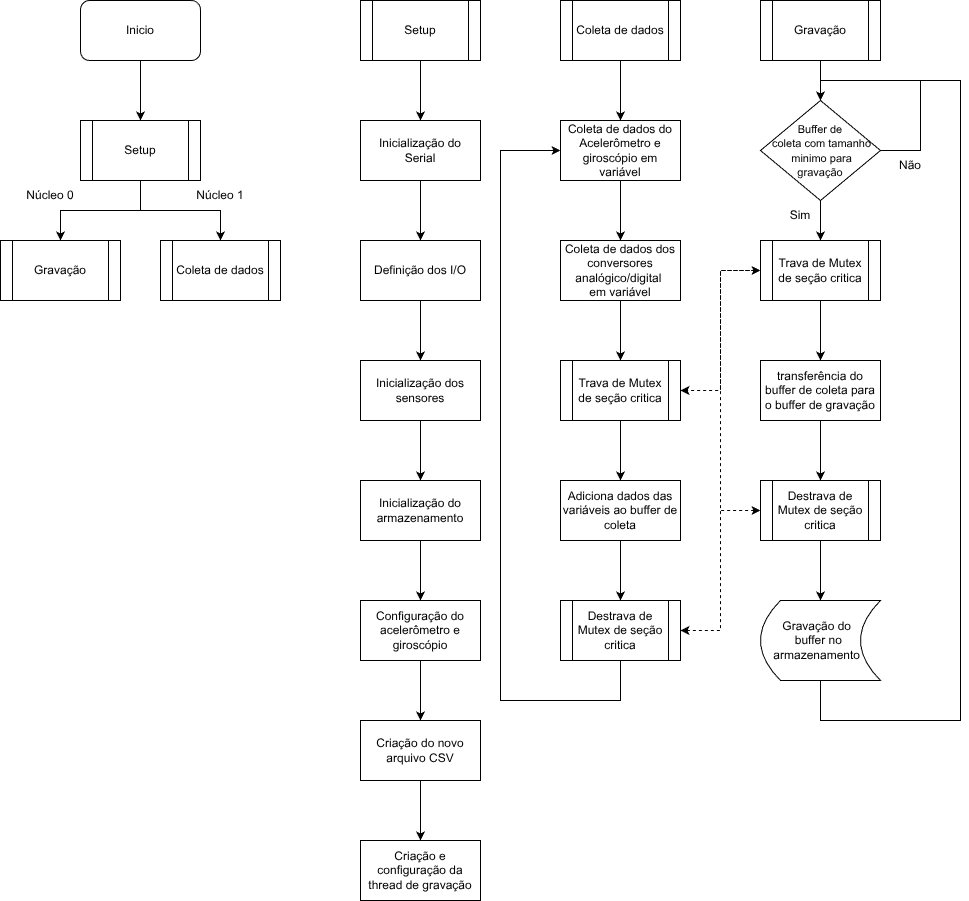
leollo98/Scud-Corrida keeps this draw.io diagram as DTL.drawio.png. Above is the earlier version. Source tidied: cells renumbered, new cells last; positions are measured from the earlier drawing's top-left corner, leaving out a move shared by most shapes.
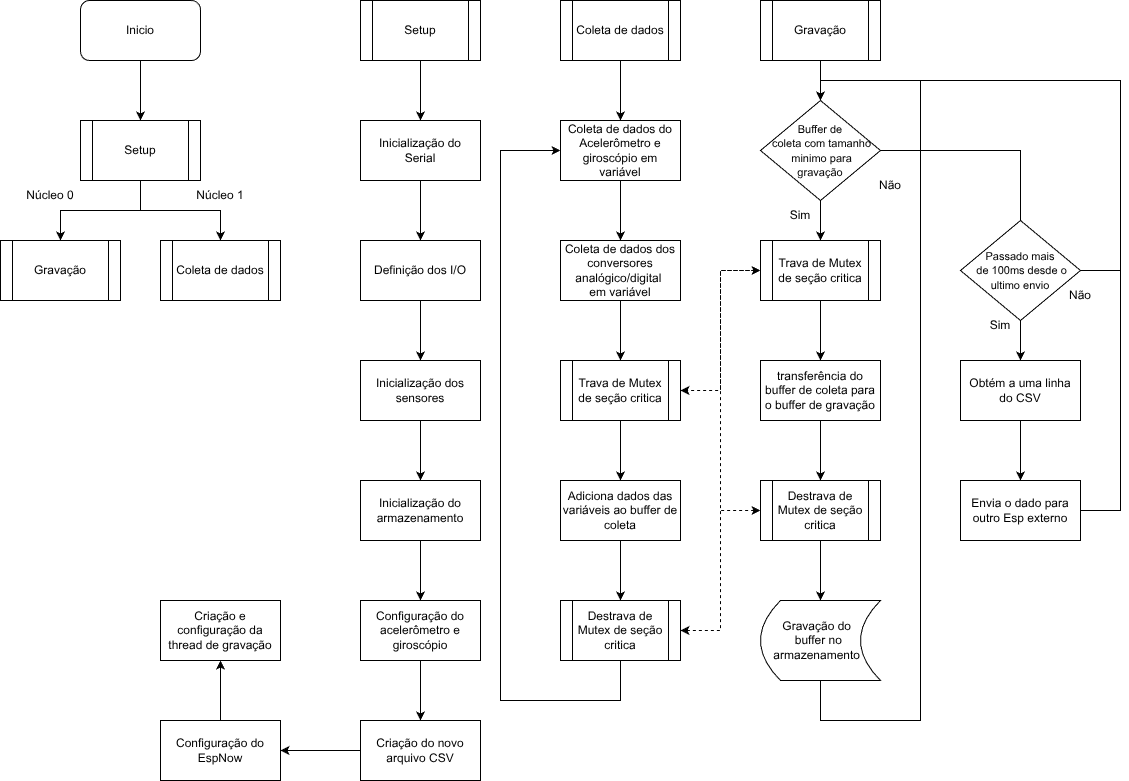
After the change.

The edit, as a diff of the source:
```diff
@@ -52,8 +52,11 @@
     <mxCell id="17" value="Criação do novo arquivo CSV" style="rounded=0;whiteSpace=wrap;html=1;" parent="1" vertex="1">
       <mxGeometry x="360" y="720" width="120" height="60" as="geometry" />
     </mxCell>
+    <mxCell id="56" style="edgeStyle=orthogonalEdgeStyle;rounded=0;jettySize=auto;html=1;" parent="1" edge="1" source="18" target="58">
+      <mxGeometry relative="1" as="geometry" />
+    </mxCell>
-    <mxCell id="18" value="Criação e configuração da thread de gravação" style="rounded=0;whiteSpace=wrap;html=1;" parent="1" vertex="1">
-      <mxGeometry x="360" y="840" width="120" height="60" as="geometry" />
+    <mxCell id="18" value="Configuração do EspNow" style="rounded=0;whiteSpace=wrap;html=1;" parent="1" vertex="1">
+      <mxGeometry x="160" y="720" width="120" height="60" as="geometry" />
     </mxCell>
     <mxCell id="19" style="edgeStyle=orthogonalEdgeStyle;rounded=0;jettySize=auto;html=1;" parent="1" edge="1" target="25">
       <mxGeometry relative="1" as="geometry">
@@ -121,8 +124,8 @@
       <mxGeometry relative="1" as="geometry">
         <Array as="points">
           <mxPoint x="820" y="720" />
-          <mxPoint x="960" y="720" />
-          <mxPoint x="960" y="80" />
+          <mxPoint x="920" y="720" />
+          <mxPoint x="920" y="80" />
           <mxPoint x="820" y="80" />
         </Array>
       </mxGeometry>
@@ -138,20 +141,16 @@
         <mxPoint x="820" y="240" as="targetPoint" />
       </mxGeometry>
     </mxCell>
+    <mxCell id="57" style="edgeStyle=orthogonalEdgeStyle;rounded=0;jettySize=auto;html=1;exitX=1;exitY=0.5;exitDx=0;exitDy=0;entryX=0.5;entryY=0;entryDx=0;entryDy=0;" parent="1" edge="1" source="39">
+      <mxGeometry relative="1" as="geometry">
+        <mxPoint x="1020" y="240" as="targetPoint" />
+      </mxGeometry>
+    </mxCell>
     <mxCell id="39" value="&lt;div&gt;&lt;font style=&quot;font-size: 11px;&quot;&gt;&lt;span style=&quot;background-color: transparent; color: light-dark(rgb(0, 0, 0), rgb(255, 255, 255));&quot;&gt;Buffer&amp;nbsp;&lt;/span&gt;&lt;span style=&quot;background-color: transparent; color: light-dark(rgb(0, 0, 0), rgb(255, 255, 255));&quot;&gt;de&lt;/span&gt;&lt;/font&gt;&lt;/div&gt;&lt;div&gt;&lt;font style=&quot;font-size: 11px;&quot;&gt;&lt;span style=&quot;background-color: transparent; color: light-dark(rgb(0, 0, 0), rgb(255, 255, 255));&quot;&gt;&amp;nbsp;coleta&amp;nbsp;&lt;/span&gt;&lt;span style=&quot;background-color: transparent; color: light-dark(rgb(0, 0, 0), rgb(255, 255, 255));&quot;&gt;com&amp;nbsp;&lt;/span&gt;&lt;span style=&quot;background-color: transparent; color: light-dark(rgb(0, 0, 0), rgb(255, 255, 255));&quot;&gt;tamanho&lt;/span&gt;&lt;/font&gt;&lt;/div&gt;&lt;div&gt;&lt;span style=&quot;background-color: transparent; color: light-dark(rgb(0, 0, 0), rgb(255, 255, 255));&quot;&gt;&lt;font style=&quot;font-size: 11px;&quot;&gt;&amp;nbsp;minimo para&lt;/font&gt;&lt;/span&gt;&lt;/div&gt;&lt;div&gt;&lt;span style=&quot;background-color: transparent; color: light-dark(rgb(0, 0, 0), rgb(255, 255, 255));&quot;&gt;&lt;font style=&quot;font-size: 11px;&quot;&gt;gravação&lt;/font&gt;&lt;/span&gt;&lt;/div&gt;" style="rhombus;whiteSpace=wrap;html=1;" parent="1" vertex="1">
       <mxGeometry x="760" y="100" width="120" height="100" as="geometry" />
     </mxCell>
-    <mxCell id="40" style="edgeStyle=orthogonalEdgeStyle;rounded=0;orthogonalLoop=1;jettySize=auto;html=1;exitX=1;exitY=0.5;exitDx=0;exitDy=0;entryX=0.5;entryY=0;entryDx=0;entryDy=0;" parent="1" edge="1" source="39" target="39">
-      <mxGeometry relative="1" as="geometry">
-        <Array as="points">
-          <mxPoint x="920" y="150" />
-          <mxPoint x="920" y="80" />
-          <mxPoint x="820" y="80" />
-        </Array>
-      </mxGeometry>
-    </mxCell>
     <mxCell id="41" value="Não" style="text;html=1;whiteSpace=wrap;strokeColor=none;fillColor=none;align=center;verticalAlign=middle;rounded=0;" parent="1" vertex="1">
-      <mxGeometry x="880" y="150" width="60" height="30" as="geometry" />
+      <mxGeometry x="860" y="170" width="60" height="30" as="geometry" />
     </mxCell>
     <mxCell id="42" value="Sim" style="text;html=1;whiteSpace=wrap;strokeColor=none;fillColor=none;align=center;verticalAlign=middle;rounded=0;" parent="1" vertex="1">
       <mxGeometry x="770" y="200" width="60" height="30" as="geometry" />
@@ -195,5 +194,47 @@
     <mxCell id="55" value="Destrava de Mutex de seção critica" style="shape=process;whiteSpace=wrap;html=1;backgroundOutline=1;" parent="1" vertex="1">
       <mxGeometry x="560" y="600" width="120" height="60" as="geometry" />
     </mxCell>
+    <mxCell id="58" value="Criação e configuração da thread de gravação" style="rounded=0;whiteSpace=wrap;html=1;" parent="1" vertex="1">
+      <mxGeometry x="160" y="600" width="120" height="60" as="geometry" />
+    </mxCell>
+    <mxCell id="59" style="edgeStyle=orthogonalEdgeStyle;rounded=0;jettySize=auto;html=1;exitX=1;exitY=0.5;exitDx=0;exitDy=0;entryX=0.5;entryY=0;entryDx=0;entryDy=0;" parent="1" edge="1" source="61" target="39">
+      <mxGeometry relative="1" as="geometry">
+        <Array as="points">
+          <mxPoint x="1120" y="270" />
+          <mxPoint x="1120" y="80" />
+          <mxPoint x="820" y="80" />
+        </Array>
+      </mxGeometry>
+    </mxCell>
+    <mxCell id="60" style="edgeStyle=orthogonalEdgeStyle;rounded=0;jettySize=auto;html=1;" parent="1" edge="1" source="61" target="65">
+      <mxGeometry relative="1" as="geometry" />
+    </mxCell>
+    <mxCell id="61" value="&lt;div&gt;&lt;span style=&quot;font-size: 11px;&quot;&gt;Passado mais&lt;/span&gt;&lt;/div&gt;&lt;div&gt;&lt;span style=&quot;font-size: 11px;&quot;&gt;&amp;nbsp;de 100ms desde o ultimo envio&lt;/span&gt;&lt;/div&gt;" style="rhombus;whiteSpace=wrap;html=1;" parent="1" vertex="1">
+      <mxGeometry x="960" y="220" width="120" height="100" as="geometry" />
+    </mxCell>
+    <mxCell id="62" value="Sim" style="text;html=1;whiteSpace=wrap;strokeColor=none;fillColor=none;align=center;verticalAlign=middle;rounded=0;" parent="1" vertex="1">
+      <mxGeometry x="970" y="310" width="60" height="30" as="geometry" />
+    </mxCell>
+    <mxCell id="63" value="Não" style="text;html=1;whiteSpace=wrap;strokeColor=none;fillColor=none;align=center;verticalAlign=middle;rounded=0;" parent="1" vertex="1">
+      <mxGeometry x="1050" y="280" width="60" height="30" as="geometry" />
+    </mxCell>
+    <mxCell id="64" style="edgeStyle=orthogonalEdgeStyle;rounded=0;jettySize=auto;html=1;" parent="1" edge="1" source="65" target="67">
+      <mxGeometry relative="1" as="geometry" />
+    </mxCell>
+    <mxCell id="65" value="Obtém a uma linha do CSV" style="rounded=0;whiteSpace=wrap;html=1;" parent="1" vertex="1">
+      <mxGeometry x="960" y="360" width="120" height="60" as="geometry" />
+    </mxCell>
+    <mxCell id="66" style="edgeStyle=orthogonalEdgeStyle;rounded=0;jettySize=auto;html=1;exitX=1;exitY=0.5;exitDx=0;exitDy=0;entryX=0.5;entryY=0;entryDx=0;entryDy=0;" parent="1" edge="1" source="67" target="39">
+      <mxGeometry relative="1" as="geometry">
+        <Array as="points">
+          <mxPoint x="1120" y="510" />
+          <mxPoint x="1120" y="80" />
+          <mxPoint x="820" y="80" />
+        </Array>
+      </mxGeometry>
+    </mxCell>
+    <mxCell id="67" value="Envia o dado para outro Esp externo" style="rounded=0;whiteSpace=wrap;html=1;" parent="1" vertex="1">
+      <mxGeometry x="960" y="480" width="120" height="60" as="geometry" />
+    </mxCell>
   </root>
 </mxGraphModel>
```
